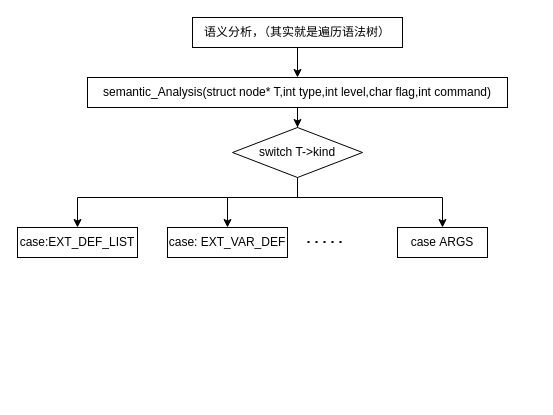
Before: 编译原理/语义分析流程图.drawio in AgentGuo/flow_chart, a draw.io diagram. Source tidied: cells renumbered, new cells numbered last; positions are measured from the earlier drawing's top-left corner, leaving out a move shared by most shapes. Both pictures are drawn from the tidied source at 100%, with x=0, y=0 at pixel (17, 17).
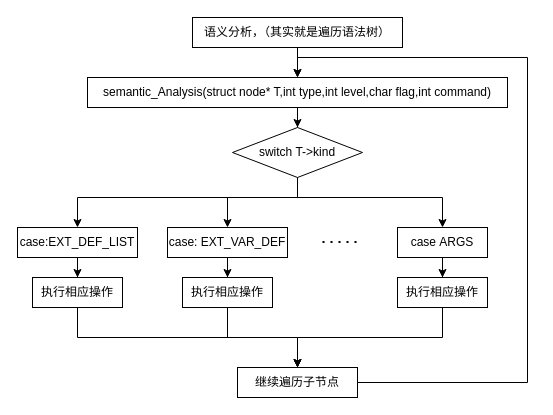
Above is the later version.

Commit message:
更新语义分析流程图.drawio

The change refers to these unchanged cells:
```xml
<mxCell id="3" value="semantic_Analysis(struct node* T,int type,int level,char flag,int command)" style="rounded=0;whiteSpace=wrap;html=1;" parent="1" vertex="1">
  <mxGeometry x="70" y="60" width="420" height="30" as="geometry" />
</mxCell>
<mxCell id="10" value="case:EXT_DEF_LIST" style="rounded=0;whiteSpace=wrap;html=1;" parent="1" vertex="1">
  <mxGeometry y="210" width="120" height="30" as="geometry" />
</mxCell>
<mxCell id="11" value="case: EXT_VAR_DEF" style="whiteSpace=wrap;html=1;" parent="1" vertex="1">
  <mxGeometry x="150" y="210" width="120" height="30" as="geometry" />
</mxCell>
<mxCell id="13" value="case&amp;nbsp;ARGS" style="whiteSpace=wrap;html=1;" parent="1" vertex="1">
  <mxGeometry x="380" y="210" width="90" height="30" as="geometry" />
</mxCell>
```

What changed in the source:
```diff
@@
+    <mxCell id="14" style="edgeStyle=orthogonalEdgeStyle;rounded=0;jettySize=auto;html=1;" parent="1" edge="1" source="10" target="18">
+      <mxGeometry relative="1" as="geometry" />
+    </mxCell>
@@
+    <mxCell id="15" style="edgeStyle=orthogonalEdgeStyle;rounded=0;jettySize=auto;html=1;" parent="1" edge="1" source="11" target="20">
+      <mxGeometry relative="1" as="geometry" />
+    </mxCell>
@@
     <mxCell id="12" style="endArrow=none;dashed=1;html=1;dashPattern=1 3;strokeWidth=2;" parent="1" edge="1">
       <mxGeometry relative="1" as="geometry">
-        <mxPoint x="290" y="224.6" as="sourcePoint" />
-        <mxPoint x="330" y="224.6" as="targetPoint" />
+        <mxPoint x="305" y="224.6" as="sourcePoint" />
+        <mxPoint x="345" y="224.6" as="targetPoint" />
       </mxGeometry>
     </mxCell>
+    <mxCell id="16" style="edgeStyle=orthogonalEdgeStyle;rounded=0;jettySize=auto;html=1;" parent="1" edge="1" source="13" target="22">
+      <mxGeometry relative="1" as="geometry" />
+    </mxCell>
@@
+    <mxCell id="17" style="edgeStyle=orthogonalEdgeStyle;rounded=0;jettySize=auto;html=1;" parent="1" edge="1" source="18" target="24">
+      <mxGeometry relative="1" as="geometry">
+        <Array as="points">
+          <mxPoint x="60" y="320" />
+          <mxPoint x="280" y="320" />
+        </Array>
+      </mxGeometry>
+    </mxCell>
+    <mxCell id="18" value="执行相应操作" style="rounded=0;whiteSpace=wrap;html=1;" parent="1" vertex="1">
+      <mxGeometry x="15" y="260" width="90" height="30" as="geometry" />
+    </mxCell>
+    <mxCell id="19" style="edgeStyle=orthogonalEdgeStyle;rounded=0;jettySize=auto;html=1;" parent="1" edge="1" source="20" target="24">
+      <mxGeometry relative="1" as="geometry">
+        <Array as="points">
+          <mxPoint x="210" y="320" />
+          <mxPoint x="280" y="320" />
+        </Array>
+      </mxGeometry>
+    </mxCell>
+    <mxCell id="20" value="执行相应操作" style="rounded=0;whiteSpace=wrap;html=1;" parent="1" vertex="1">
+      <mxGeometry x="165" y="260" width="90" height="30" as="geometry" />
+    </mxCell>
+    <mxCell id="21" style="edgeStyle=orthogonalEdgeStyle;rounded=0;jettySize=auto;html=1;" parent="1" edge="1" source="22" target="24">
+      <mxGeometry relative="1" as="geometry">
+        <Array as="points">
+          <mxPoint x="425" y="320" />
+          <mxPoint x="280" y="320" />
+        </Array>
+      </mxGeometry>
+    </mxCell>
+    <mxCell id="22" value="执行相应操作" style="rounded=0;whiteSpace=wrap;html=1;" parent="1" vertex="1">
+      <mxGeometry x="380" y="260" width="90" height="30" as="geometry" />
+    </mxCell>
+    <mxCell id="23" style="edgeStyle=orthogonalEdgeStyle;rounded=0;jettySize=auto;html=1;entryX=0.5;entryY=0;entryDx=0;entryDy=0;" parent="1" edge="1" source="24" target="3">
+      <mxGeometry relative="1" as="geometry">
+        <Array as="points">
+          <mxPoint x="510" y="365" />
+          <mxPoint x="510" y="40" />
+          <mxPoint x="280" y="40" />
+        </Array>
+      </mxGeometry>
+    </mxCell>
+    <mxCell id="24" value="继续遍历子节点" style="rounded=0;whiteSpace=wrap;html=1;" parent="1" vertex="1">
+      <mxGeometry x="220" y="350" width="120" height="30" as="geometry" />
+    </mxCell>
```
